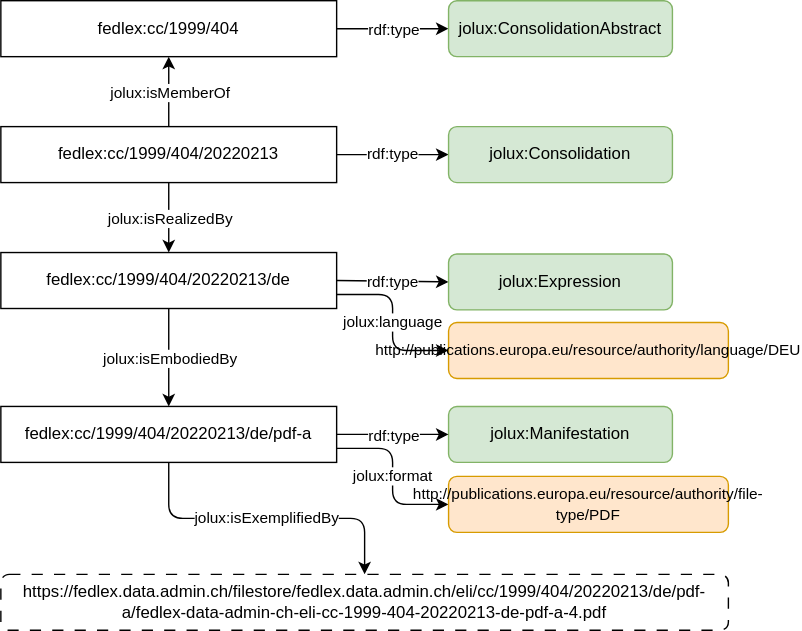
Above: content/img/manifestation.svg in bequrios/fedlex (draw.io), before the change. Source tidied: cells renumbered, new cells last; positions are measured from the earlier drawing's top-left corner, leaving out a move shared by most shapes. Its diagram source:
```xml
<mxGraphModel>
  <root>
    <mxCell id="0" />
    <mxCell id="1" parent="0" />
    <mxCell id="2" style="edgeStyle=orthogonalEdgeStyle;html=1;exitX=1;exitY=0.5;exitDx=0;exitDy=0;entryX=0;entryY=0.5;entryDx=0;entryDy=0;" parent="1" edge="1" source="4" target="5">
      <mxGeometry relative="1" as="geometry" />
    </mxCell>
    <mxCell id="3" value="&lt;div&gt;rdf:type&lt;/div&gt;" style="edgeLabel;html=1;align=center;verticalAlign=middle;" parent="2" vertex="1">
      <mxGeometry relative="1" as="geometry" />
    </mxCell>
    <mxCell id="4" value="fedlex:cc/1999/404" style="rounded=0;whiteSpace=wrap;html=1;" parent="1" vertex="1">
      <mxGeometry width="240" height="40" as="geometry" />
    </mxCell>
    <mxCell id="5" value="jolux:ConsolidationAbstract" style="rounded=1;whiteSpace=wrap;html=1;fillColor=#d5e8d4;strokeColor=#82b366;" parent="1" vertex="1">
      <mxGeometry x="320" width="160" height="40" as="geometry" />
    </mxCell>
    <mxCell id="6" style="edgeStyle=orthogonalEdgeStyle;html=1;exitX=0.5;exitY=0;exitDx=0;exitDy=0;rounded=0;entryX=0.5;entryY=1;entryDx=0;entryDy=0;" parent="1" edge="1" source="9" target="4">
      <mxGeometry relative="1" as="geometry" />
    </mxCell>
    <mxCell id="7" value="jolux:isMemberOf" style="edgeLabel;html=1;align=center;verticalAlign=middle;" parent="6" vertex="1">
      <mxGeometry relative="1" as="geometry" />
    </mxCell>
    <mxCell id="8" value="rdf:type" style="edgeStyle=orthogonalEdgeStyle;rounded=0;html=1;exitX=1;exitY=0.5;exitDx=0;exitDy=0;entryX=0;entryY=0.5;entryDx=0;entryDy=0;" parent="1" edge="1" source="9" target="10">
      <mxGeometry relative="1" as="geometry" />
    </mxCell>
    <mxCell id="9" value="fedlex:cc/1999/404/20220213" style="rounded=0;whiteSpace=wrap;html=1;" parent="1" vertex="1">
      <mxGeometry y="90" width="240" height="40" as="geometry" />
    </mxCell>
    <mxCell id="10" value="jolux:Consolidation" style="rounded=1;whiteSpace=wrap;html=1;fillColor=#d5e8d4;strokeColor=#82b366;" parent="1" vertex="1">
      <mxGeometry x="320" y="90" width="160" height="40" as="geometry" />
    </mxCell>
    <mxCell id="11" style="edgeStyle=none;html=1;exitX=1;exitY=0.5;exitDx=0;exitDy=0;entryX=0;entryY=0.5;entryDx=0;entryDy=0;" parent="1" edge="1" source="16" target="17">
      <mxGeometry relative="1" as="geometry" />
    </mxCell>
    <mxCell id="12" value="rdf:type" style="edgeLabel;html=1;align=center;verticalAlign=middle;" parent="11" vertex="1">
      <mxGeometry relative="1" as="geometry" />
    </mxCell>
    <mxCell id="13" style="edgeStyle=none;html=1;exitX=0.5;exitY=1;exitDx=0;exitDy=0;entryX=0.5;entryY=0;entryDx=0;entryDy=0;" parent="1" edge="1" source="9" target="16">
      <mxGeometry relative="1" as="geometry" />
    </mxCell>
    <mxCell id="14" value="jolux:isRealizedBy" style="edgeLabel;html=1;align=center;verticalAlign=middle;" parent="13" vertex="1">
      <mxGeometry relative="1" as="geometry" />
    </mxCell>
    <mxCell id="15" value="jolux:language" style="edgeStyle=orthogonalEdgeStyle;html=1;exitX=1;exitY=0.75;exitDx=0;exitDy=0;entryX=0;entryY=0.5;entryDx=0;entryDy=0;" parent="1" edge="1" source="16" target="28">
      <mxGeometry relative="1" as="geometry" />
    </mxCell>
    <mxCell id="16" value="fedlex:cc/1999/404/20220213/de" style="rounded=0;whiteSpace=wrap;html=1;" parent="1" vertex="1">
      <mxGeometry y="180" width="240" height="40" as="geometry" />
    </mxCell>
    <mxCell id="17" value="jolux:Expression" style="rounded=1;whiteSpace=wrap;html=1;fillColor=#d5e8d4;strokeColor=#82b366;" parent="1" vertex="1">
      <mxGeometry x="320" y="181" width="160" height="40" as="geometry" />
    </mxCell>
    <mxCell id="18" value="jolux:isExemplifiedBy" style="edgeStyle=orthogonalEdgeStyle;html=1;exitX=0.5;exitY=1;exitDx=0;exitDy=0;entryX=0.5;entryY=0;entryDx=0;entryDy=0;" parent="1" edge="1" source="20" target="26">
      <mxGeometry relative="1" as="geometry" />
    </mxCell>
    <mxCell id="19" value="jolux:format" style="edgeStyle=orthogonalEdgeStyle;html=1;entryX=0;entryY=0.5;entryDx=0;entryDy=0;fontSize=11;" parent="1" edge="1" target="27">
      <mxGeometry relative="1" as="geometry">
        <mxPoint x="240" y="320" as="sourcePoint" />
      </mxGeometry>
    </mxCell>
    <mxCell id="20" value="fedlex:cc/1999/404/20220213/de/pdf-a" style="rounded=0;whiteSpace=wrap;html=1;" parent="1" vertex="1">
      <mxGeometry y="290" width="240" height="40" as="geometry" />
    </mxCell>
    <mxCell id="21" value="jolux:Manifestation" style="rounded=1;whiteSpace=wrap;html=1;fillColor=#d5e8d4;strokeColor=#82b366;" parent="1" vertex="1">
      <mxGeometry x="320" y="290" width="160" height="40" as="geometry" />
    </mxCell>
    <mxCell id="22" style="edgeStyle=none;html=1;exitX=0.5;exitY=1;exitDx=0;exitDy=0;entryX=0.5;entryY=0;entryDx=0;entryDy=0;" parent="1" edge="1" source="16" target="20">
      <mxGeometry relative="1" as="geometry" />
    </mxCell>
    <mxCell id="23" value="jolux:isEmbodiedBy" style="edgeLabel;html=1;align=center;verticalAlign=middle;" parent="22" vertex="1">
      <mxGeometry relative="1" as="geometry" />
    </mxCell>
    <mxCell id="24" style="edgeStyle=none;html=1;exitX=1;exitY=0.5;exitDx=0;exitDy=0;entryX=0;entryY=0.5;entryDx=0;entryDy=0;" parent="1" edge="1" source="20" target="21">
      <mxGeometry relative="1" as="geometry" />
    </mxCell>
    <mxCell id="25" value="rdf:type" style="edgeLabel;html=1;align=center;verticalAlign=middle;" parent="24" vertex="1">
      <mxGeometry relative="1" as="geometry" />
    </mxCell>
    <mxCell id="26" value="&lt;span style=&quot;&quot;&gt;https://fedlex.data.admin.ch/filestore/fedlex.data.admin.ch/eli/cc/1999/404/20220213/de/pdf-a/fedlex-data-admin-ch-eli-cc-1999-404-20220213-de-pdf-a-4.pdf&lt;br&gt; &lt;/span&gt;" style="rounded=1;whiteSpace=wrap;html=1;dashed=1;dashPattern=8 8;" parent="1" vertex="1">
      <mxGeometry y="410" width="520" height="40" as="geometry" />
    </mxCell>
    <mxCell id="27" value="&lt;font style=&quot;font-size: 10px;&quot;&gt;&lt;span style=&quot;&quot;&gt;&lt;font style=&quot;font-size: 10px;&quot;&gt;&lt;font style=&quot;font-size: 11px;&quot;&gt;http://publications.europa.eu/resource/authority/file-type/PDF &lt;/font&gt;&lt;/font&gt;&lt;/span&gt;&lt;/font&gt;" style="rounded=1;whiteSpace=wrap;html=1;fillColor=#ffe6cc;strokeColor=#d79b00;fontColor=#000000;" parent="1" vertex="1">
      <mxGeometry x="320" y="340" width="200" height="40" as="geometry" />
    </mxCell>
    <mxCell id="28" value="&lt;font style=&quot;font-size: 12px;&quot;&gt;&lt;font style=&quot;font-size: 11px;&quot;&gt;http://publications.europa.eu/resource/authority/language/DEU&lt;/font&gt;&lt;/font&gt;" style="rounded=1;whiteSpace=wrap;html=1;fillColor=#ffe6cc;strokeColor=#d79b00;fontColor=#000000;" parent="1" vertex="1">
      <mxGeometry x="320" y="230" width="200" height="40" as="geometry" />
    </mxCell>
  </root>
</mxGraphModel>
```
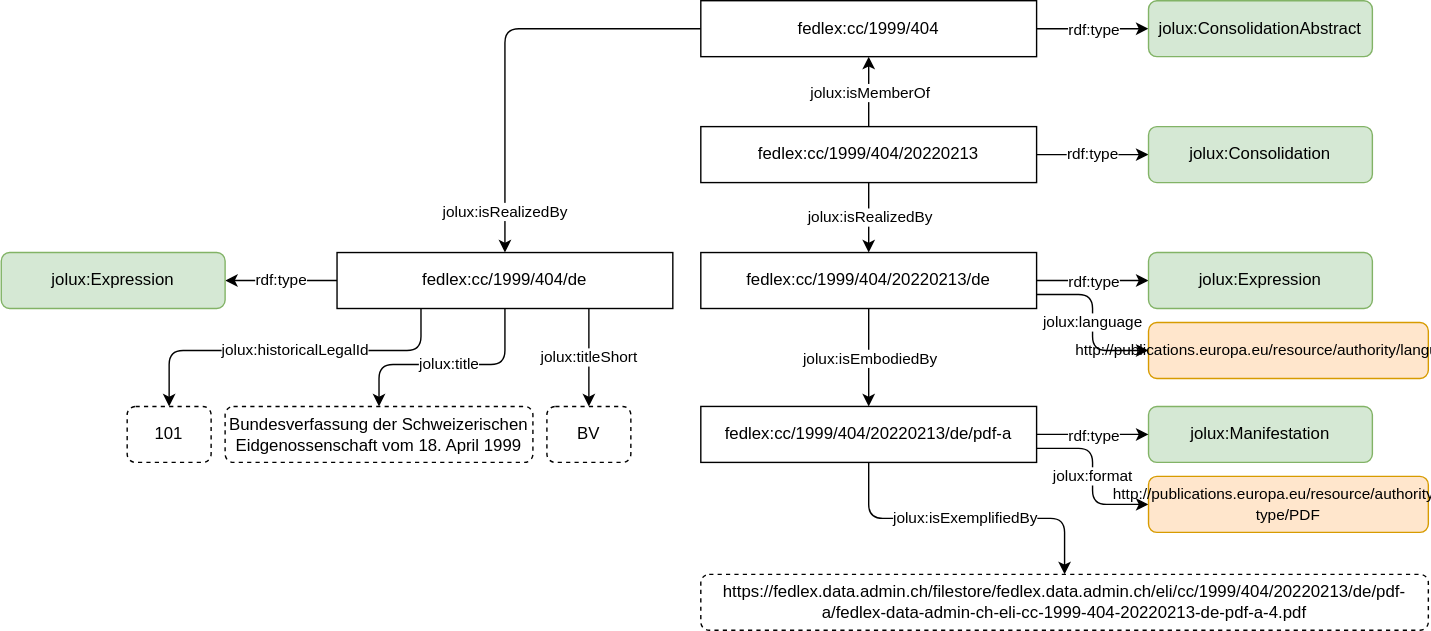
After the commit.

The edit, as a diff of the source:
```diff
@@ -8,6 +8,14 @@
     <mxCell id="3" value="&lt;div&gt;rdf:type&lt;/div&gt;" style="edgeLabel;html=1;align=center;verticalAlign=middle;" parent="2" vertex="1">
       <mxGeometry relative="1" as="geometry" />
     </mxCell>
+    <mxCell id="29" style="edgeStyle=orthogonalEdgeStyle;html=1;exitX=0;exitY=0.5;exitDx=0;exitDy=0;entryX=0.5;entryY=0;entryDx=0;entryDy=0;" parent="1" edge="1" source="4" target="32">
+      <mxGeometry relative="1" as="geometry" />
+    </mxCell>
+    <mxCell id="30" value="jolux:isRealizedBy" style="edgeLabel;html=1;align=center;verticalAlign=middle;" parent="29" vertex="1">
+      <mxGeometry x="-0.18" y="1" relative="1" as="geometry">
+        <mxPoint x="-17" y="129" as="offset" />
+      </mxGeometry>
+    </mxCell>
     <mxCell id="4" value="fedlex:cc/1999/404" style="rounded=0;whiteSpace=wrap;html=1;" parent="1" vertex="1">
       <mxGeometry width="240" height="40" as="geometry" />
     </mxCell>
@@ -48,9 +56,9 @@
       <mxGeometry y="180" width="240" height="40" as="geometry" />
     </mxCell>
     <mxCell id="17" value="jolux:Expression" style="rounded=1;whiteSpace=wrap;html=1;fillColor=#d5e8d4;strokeColor=#82b366;" parent="1" vertex="1">
-      <mxGeometry x="320" y="181" width="160" height="40" as="geometry" />
+      <mxGeometry x="320" y="180" width="160" height="40" as="geometry" />
     </mxCell>
-    <mxCell id="18" value="jolux:isExemplifiedBy" style="edgeStyle=orthogonalEdgeStyle;html=1;exitX=0.5;exitY=1;exitDx=0;exitDy=0;entryX=0.5;entryY=0;entryDx=0;entryDy=0;" parent="1" edge="1" source="20" target="26">
+    <mxCell id="18" value="jolux:isExemplifiedBy" style="edgeStyle=orthogonalEdgeStyle;html=1;exitX=0.5;exitY=1;exitDx=0;exitDy=0;entryX=0.5;entryY=0;entryDx=0;entryDy=0;spacingLeft=0;spacingRight=0;labelBorderColor=none;spacing=2;" parent="1" edge="1" source="20" target="26">
       <mxGeometry relative="1" as="geometry" />
     </mxCell>
     <mxCell id="19" value="jolux:format" style="edgeStyle=orthogonalEdgeStyle;html=1;entryX=0;entryY=0.5;entryDx=0;entryDy=0;fontSize=11;" parent="1" edge="1" target="27">
@@ -76,7 +84,7 @@
     <mxCell id="25" value="rdf:type" style="edgeLabel;html=1;align=center;verticalAlign=middle;" parent="24" vertex="1">
       <mxGeometry relative="1" as="geometry" />
     </mxCell>
-    <mxCell id="26" value="&lt;span style=&quot;&quot;&gt;https://fedlex.data.admin.ch/filestore/fedlex.data.admin.ch/eli/cc/1999/404/20220213/de/pdf-a/fedlex-data-admin-ch-eli-cc-1999-404-20220213-de-pdf-a-4.pdf&lt;br&gt; &lt;/span&gt;" style="rounded=1;whiteSpace=wrap;html=1;dashed=1;dashPattern=8 8;" parent="1" vertex="1">
+    <mxCell id="26" value="&lt;span style=&quot;&quot;&gt;https://fedlex.data.admin.ch/filestore/fedlex.data.admin.ch/eli/cc/1999/404/20220213/de/pdf-a/fedlex-data-admin-ch-eli-cc-1999-404-20220213-de-pdf-a-4.pdf&lt;br&gt; &lt;/span&gt;" style="rounded=1;whiteSpace=wrap;html=1;dashed=1;" parent="1" vertex="1">
       <mxGeometry y="410" width="520" height="40" as="geometry" />
     </mxCell>
     <mxCell id="27" value="&lt;font style=&quot;font-size: 10px;&quot;&gt;&lt;span style=&quot;&quot;&gt;&lt;font style=&quot;font-size: 10px;&quot;&gt;&lt;font style=&quot;font-size: 11px;&quot;&gt;http://publications.europa.eu/resource/authority/file-type/PDF &lt;/font&gt;&lt;/font&gt;&lt;/span&gt;&lt;/font&gt;" style="rounded=1;whiteSpace=wrap;html=1;fillColor=#ffe6cc;strokeColor=#d79b00;fontColor=#000000;" parent="1" vertex="1">
@@ -85,5 +93,42 @@
     <mxCell id="28" value="&lt;font style=&quot;font-size: 12px;&quot;&gt;&lt;font style=&quot;font-size: 11px;&quot;&gt;http://publications.europa.eu/resource/authority/language/DEU&lt;/font&gt;&lt;/font&gt;" style="rounded=1;whiteSpace=wrap;html=1;fillColor=#ffe6cc;strokeColor=#d79b00;fontColor=#000000;" parent="1" vertex="1">
       <mxGeometry x="320" y="230" width="200" height="40" as="geometry" />
     </mxCell>
+    <mxCell id="31" value="rdf:type" style="edgeStyle=orthogonalEdgeStyle;html=1;exitX=0;exitY=0.5;exitDx=0;exitDy=0;entryX=1;entryY=0.5;entryDx=0;entryDy=0;labelBorderColor=none;" parent="1" edge="1" source="32" target="33">
+      <mxGeometry relative="1" as="geometry" />
+    </mxCell>
+    <mxCell id="32" value="fedlex:cc/1999/404/de" style="rounded=0;whiteSpace=wrap;html=1;" parent="1" vertex="1">
+      <mxGeometry x="-260" y="180" width="240" height="40" as="geometry" />
+    </mxCell>
+    <mxCell id="33" value="jolux:Expression" style="rounded=1;whiteSpace=wrap;html=1;fillColor=#d5e8d4;strokeColor=#82b366;" parent="1" vertex="1">
+      <mxGeometry x="-500" y="180" width="160" height="40" as="geometry" />
+    </mxCell>
+    <mxCell id="34" value="jolux:title" style="edgeStyle=orthogonalEdgeStyle;html=1;entryX=0.5;entryY=0;entryDx=0;entryDy=0;exitX=0.5;exitY=1;exitDx=0;exitDy=0;" parent="1" edge="1" source="32" target="37">
+      <mxGeometry relative="1" as="geometry">
+        <Array as="points">
+          <mxPoint x="-140" y="260" />
+          <mxPoint x="-230" y="260" />
+        </Array>
+      </mxGeometry>
+    </mxCell>
+    <mxCell id="35" value="jolux:titleShort" style="edgeStyle=orthogonalEdgeStyle;html=1;entryX=0.5;entryY=0;entryDx=0;entryDy=0;exitX=0.75;exitY=1;exitDx=0;exitDy=0;" parent="1" edge="1" source="32" target="38">
+      <mxGeometry relative="1" as="geometry" />
+    </mxCell>
+    <mxCell id="36" value="jolux:historicalLegalId" style="edgeStyle=orthogonalEdgeStyle;html=1;entryX=0.5;entryY=0;entryDx=0;entryDy=0;exitX=0.25;exitY=1;exitDx=0;exitDy=0;" parent="1" edge="1" source="32" target="39">
+      <mxGeometry x="-0.04" relative="1" as="geometry">
+        <Array as="points">
+          <mxPoint x="-200" y="250" />
+          <mxPoint x="-380" y="250" />
+        </Array>
+      </mxGeometry>
+    </mxCell>
+    <mxCell id="37" value="Bundesverfassung der Schweizerischen Eidgenossenschaft vom 18. April 1999" style="rounded=1;whiteSpace=wrap;html=1;dashed=1;" parent="1" vertex="1">
+      <mxGeometry x="-340" y="290" width="220" height="40" as="geometry" />
+    </mxCell>
+    <mxCell id="38" value="BV" style="rounded=1;whiteSpace=wrap;html=1;dashed=1;" parent="1" vertex="1">
+      <mxGeometry x="-110" y="290" width="60" height="40" as="geometry" />
+    </mxCell>
+    <mxCell id="39" value="101" style="rounded=1;whiteSpace=wrap;html=1;dashed=1;" parent="1" vertex="1">
+      <mxGeometry x="-410" y="290" width="60" height="40" as="geometry" />
+    </mxCell>
   </root>
 </mxGraphModel>
```
